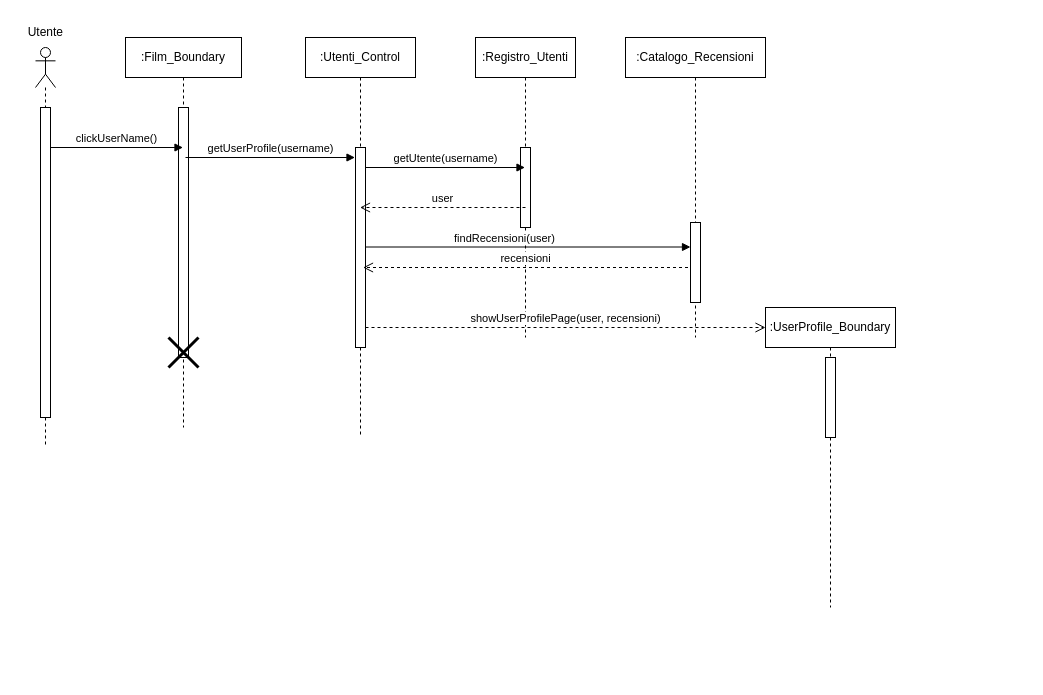
The draw.io diagram New Diagrams/Sequence Diagrams/UC06 Visualizzazione di un profilo utente.drawio in superfra01/Rated, before the edit. Source tidied: cells renumbered, new cells numbered last; positions are measured from the earlier drawing's top-left corner, leaving out a move shared by most shapes. Both pictures are drawn from the tidied source at 100%, with x=0, y=0 at pixel (17, 17).
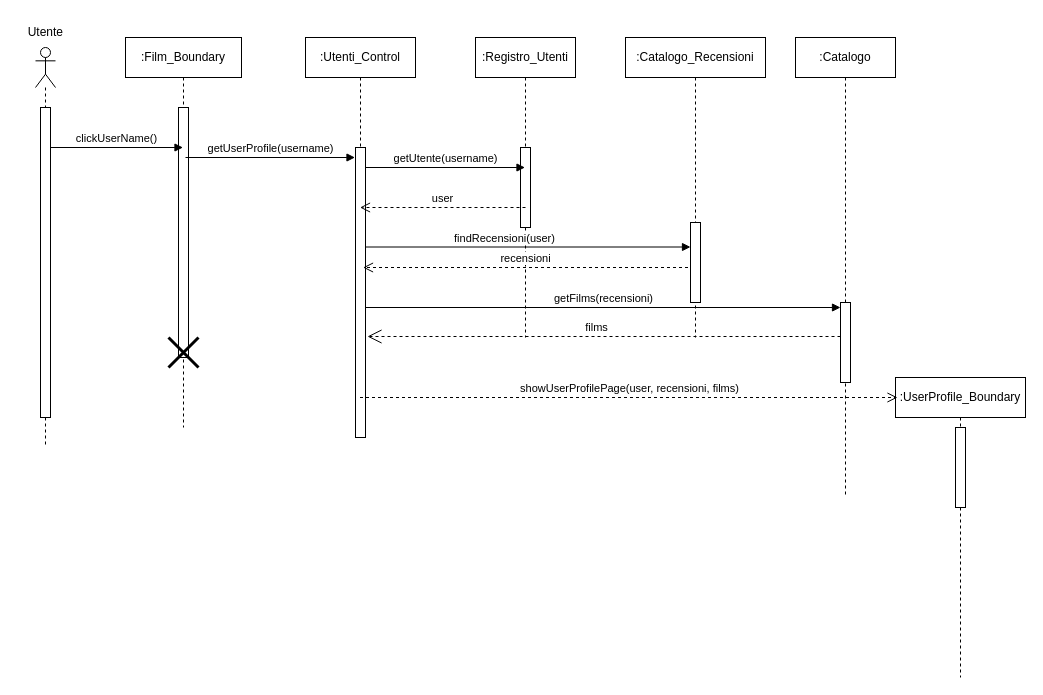
After the change.

The change refers to these unchanged cells:
```xml
<mxCell id="8" value=":Utenti_Control" style="shape=umlLifeline;perimeter=lifelinePerimeter;whiteSpace=wrap;html=1;outlineConnect=0;portConstraint=eastwest;newEdgeStyle={&quot;curved&quot;:0,&quot;rounded&quot;:0};" parent="1" vertex="1">
  <mxGeometry x="288" y="20" width="110" height="400" as="geometry" />
</mxCell>
```

What changed in the source:
```diff
@@
     <mxCell id="9" style="html=1;perimeter=orthogonalPerimeter;targetShapes=umlLifeline;newEdgeStyle={&quot;curved&quot;:0,&quot;rounded&quot;:0};" parent="8" vertex="1">
-      <mxGeometry x="50" y="110" width="10" height="200" as="geometry" />
+      <mxGeometry x="50" y="110" width="10" height="290" as="geometry" />
     </mxCell>
@@
     <mxCell id="15" value=":UserProfile_Boundary" style="shape=umlLifeline;perimeter=lifelinePerimeter;whiteSpace=wrap;html=1;newEdgeStyle={&quot;curved&quot;:0,&quot;rounded&quot;:0};" parent="1" vertex="1">
-      <mxGeometry x="748" y="290" width="130" height="300" as="geometry" />
+      <mxGeometry x="878" y="360" width="130" height="300" as="geometry" />
     </mxCell>
@@
-    <mxCell id="23" value="showUserProfilePage(user, recensioni)" style="html=1;verticalAlign=bottom;endArrow=open;dashed=1;endSize=8;curved=0;rounded=0;" parent="1" edge="1">
+    <mxCell id="23" value="showUserProfilePage(user, recensioni, films)" style="html=1;verticalAlign=bottom;endArrow=open;dashed=1;endSize=8;curved=0;rounded=0;" parent="1" edge="1" source="8">
       <mxGeometry relative="1" as="geometry">
-        <mxPoint x="348" y="310" as="sourcePoint" />
-        <mxPoint x="748" y="310" as="targetPoint" />
+        <mxPoint x="880" y="380" as="targetPoint" />
       </mxGeometry>
     </mxCell>
+    <mxCell id="24" value=":Catalogo" style="shape=umlLifeline;perimeter=lifelinePerimeter;whiteSpace=wrap;html=1;newEdgeStyle={&quot;curved&quot;:0,&quot;rounded&quot;:0};" parent="1" vertex="1">
+      <mxGeometry x="778" y="20" width="100" height="460" as="geometry" />
+    </mxCell>
+    <mxCell id="25" style="html=1;points=[[0,0,0,0,5],[0,1,0,0,-5],[1,0,0,0,5],[1,1,0,0,-5]];perimeter=orthogonalPerimeter;outlineConnect=0;targetShapes=umlLifeline;portConstraint=eastwest;newEdgeStyle={&quot;curved&quot;:0,&quot;rounded&quot;:0};" parent="24" vertex="1">
+      <mxGeometry x="45" y="265" width="10" height="80" as="geometry" />
+    </mxCell>
+    <mxCell id="26" value="getFilms(recensioni)" style="html=1;verticalAlign=bottom;endArrow=block;curved=0;rounded=0;" parent="1" edge="1">
+      <mxGeometry relative="1" as="geometry">
+        <mxPoint x="348" y="290" as="sourcePoint" />
+        <mxPoint x="823" y="290" as="targetPoint" />
+      </mxGeometry>
+    </mxCell>
+    <mxCell id="27" value="films" style="endArrow=open;endSize=12;dashed=1;html=1;rounded=0;" parent="1" edge="1" source="25">
+      <mxGeometry x="0.03" y="-9" relative="1" as="geometry">
+        <mxPoint x="350" y="319" as="targetPoint" />
+      </mxGeometry>
+    </mxCell>
```
